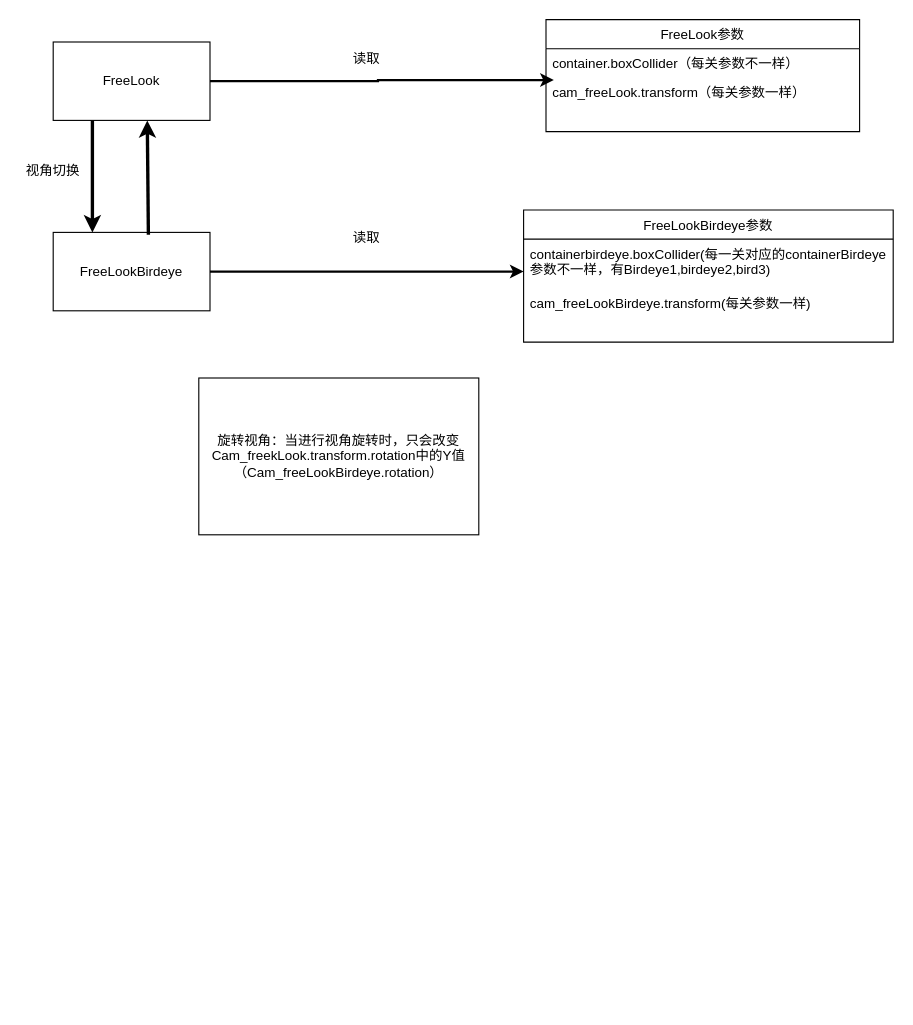
This is page "Page-6" (6 of 6) of SAI.drawio from neroZWX/-, a draw.io file, before an edit. Source tidied: cells renumbered, new cells numbered last; positions are measured from the earlier drawing's top-left corner, leaving out a move shared by most shapes. Both pictures are drawn from the tidied source at 112%, with x=0, y=0 at pixel (19, 19).
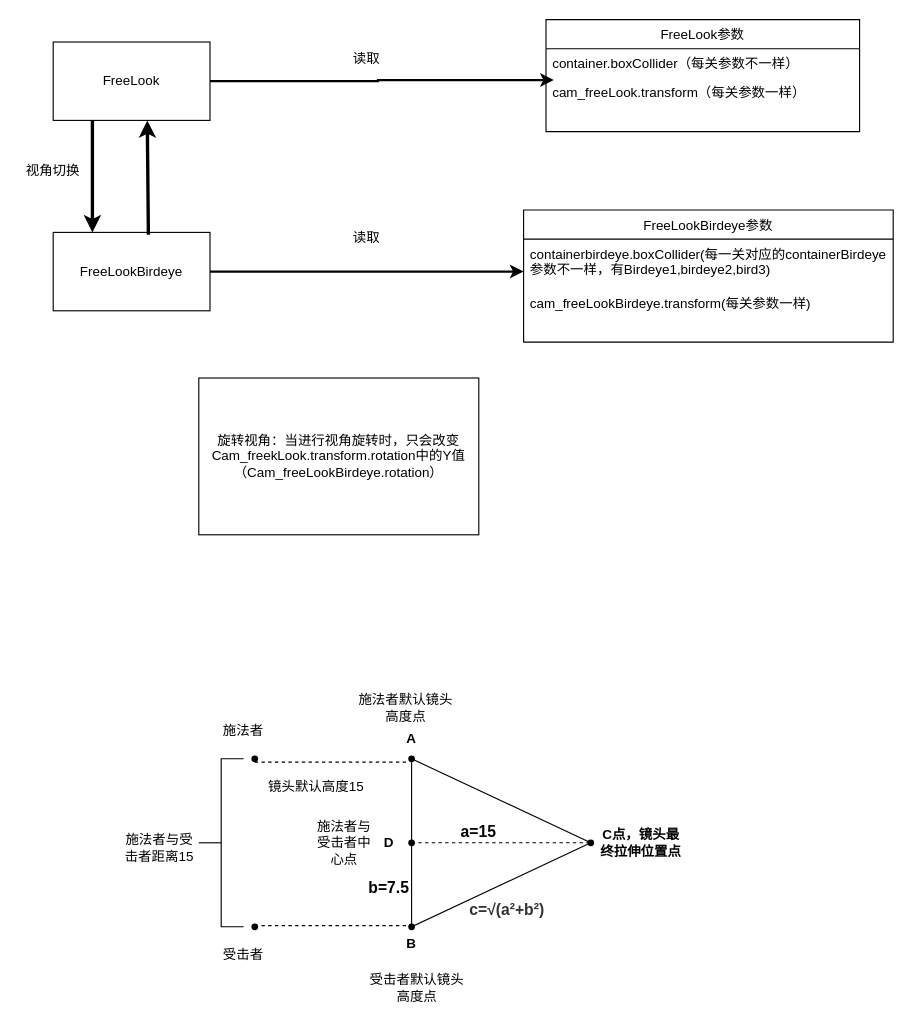
The same page after the edit.

What changed in the source:
```diff
@@
+    <mxCell id="18" style="triangle;whiteSpace=wrap;html=1;" parent="1" vertex="1">
+      <mxGeometry x="350" y="660" width="160" height="150" as="geometry" />
+    </mxCell>
+    <mxCell id="19" style="endArrow=none;dashed=1;html=1;rounded=0;entryX=1;entryY=0.5;entryDx=0;entryDy=0;exitX=0;exitY=0.5;exitDx=0;exitDy=0;" parent="1" edge="1" source="18" target="18">
+      <mxGeometry relative="1" as="geometry" />
+    </mxCell>
+    <mxCell id="20" style="endArrow=none;dashed=1;html=1;rounded=0;entryX=-0.012;entryY=0.02;entryDx=0;entryDy=0;entryPerimeter=0;" parent="1" edge="1" target="18">
+      <mxGeometry relative="1" as="geometry">
+        <mxPoint x="210" y="663" as="sourcePoint" />
+      </mxGeometry>
+    </mxCell>
+    <mxCell id="21" style="endArrow=none;dashed=1;html=1;rounded=0;entryX=-0.012;entryY=0.02;entryDx=0;entryDy=0;entryPerimeter=0;" parent="1" edge="1">
+      <mxGeometry relative="1" as="geometry">
+        <mxPoint x="216" y="809" as="sourcePoint" />
+        <mxPoint x="354" y="809" as="targetPoint" />
+      </mxGeometry>
+    </mxCell>
+    <mxCell id="22" style="shape=waypoint;sketch=0;fillStyle=solid;size=6;fillColor=none;perimeter=centerPerimeter;" parent="1" vertex="1">
+      <mxGeometry x="190" y="640" width="40" height="40" as="geometry" />
+    </mxCell>
+    <mxCell id="23" style="shape=waypoint;sketch=0;fillStyle=solid;size=6;fillColor=none;perimeter=centerPerimeter;" parent="1" vertex="1">
+      <mxGeometry x="190" y="790" width="40" height="40" as="geometry" />
+    </mxCell>
+    <mxCell id="24" value="施法者" style="text;html=1;strokeColor=none;fillColor=none;align=center;verticalAlign=middle;whiteSpace=wrap;rounded=0;" parent="1" vertex="1">
+      <mxGeometry x="170" y="620" width="60" height="30" as="geometry" />
+    </mxCell>
+    <mxCell id="25" value="受击者" style="text;html=1;strokeColor=none;fillColor=none;align=center;verticalAlign=middle;whiteSpace=wrap;rounded=0;" parent="1" vertex="1">
+      <mxGeometry x="170" y="820" width="60" height="30" as="geometry" />
+    </mxCell>
+    <mxCell id="26" style="strokeWidth=1;html=1;shape=mxgraph.flowchart.annotation_2;align=left;labelPosition=right;" parent="1" vertex="1">
+      <mxGeometry x="160" y="660" width="40" height="150" as="geometry" />
+    </mxCell>
+    <mxCell id="27" value="施法者与受击者距离15" style="text;html=1;strokeColor=none;fillColor=none;align=center;verticalAlign=middle;whiteSpace=wrap;rounded=0;" parent="1" vertex="1">
+      <mxGeometry x="90" y="720" width="70" height="40" as="geometry" />
+    </mxCell>
+    <mxCell id="28" style="shape=waypoint;sketch=0;fillStyle=solid;size=6;fillColor=none;perimeter=centerPerimeter;" parent="1" vertex="1">
+      <mxGeometry x="330" y="640" width="40" height="40" as="geometry" />
+    </mxCell>
+    <mxCell id="29" style="shape=waypoint;sketch=0;fillStyle=solid;size=6;fillColor=none;perimeter=centerPerimeter;" parent="1" vertex="1">
+      <mxGeometry x="330" y="790" width="40" height="40" as="geometry" />
+    </mxCell>
+    <mxCell id="30" style="shape=waypoint;sketch=0;fillStyle=solid;size=6;fillColor=none;perimeter=centerPerimeter;" parent="1" vertex="1">
+      <mxGeometry x="490" y="715" width="40" height="40" as="geometry" />
+    </mxCell>
+    <mxCell id="31" value="&lt;b&gt;A&lt;/b&gt;" style="text;html=1;strokeColor=none;fillColor=none;align=center;verticalAlign=middle;whiteSpace=wrap;rounded=0;" parent="1" vertex="1">
+      <mxGeometry x="320" y="627" width="60" height="30" as="geometry" />
+    </mxCell>
+    <mxCell id="32" value="&lt;b&gt;B&lt;/b&gt;" style="text;html=1;strokeColor=none;fillColor=none;align=center;verticalAlign=middle;whiteSpace=wrap;rounded=0;" parent="1" vertex="1">
+      <mxGeometry x="320" y="810" width="60" height="30" as="geometry" />
+    </mxCell>
+    <mxCell id="33" value="&lt;b&gt;C点，镜头最&lt;br&gt;终拉伸位置点&lt;/b&gt;" style="text;html=1;strokeColor=none;fillColor=none;align=center;verticalAlign=middle;whiteSpace=wrap;rounded=0;" parent="1" vertex="1">
+      <mxGeometry x="490" y="690" width="130" height="90" as="geometry" />
+    </mxCell>
+    <mxCell id="34" value="镜头默认高度15" style="text;html=1;strokeColor=none;fillColor=none;align=center;verticalAlign=middle;whiteSpace=wrap;rounded=0;" parent="1" vertex="1">
+      <mxGeometry x="220" y="670" width="90" height="30" as="geometry" />
+    </mxCell>
+    <mxCell id="35" style="shape=waypoint;sketch=0;fillStyle=solid;size=6;fillColor=none;perimeter=centerPerimeter;" parent="1" vertex="1">
+      <mxGeometry x="330" y="715" width="40" height="40" as="geometry" />
+    </mxCell>
+    <mxCell id="36" value="施法者与受击者中心点" style="text;html=1;strokeColor=none;fillColor=none;align=center;verticalAlign=middle;whiteSpace=wrap;rounded=0;" parent="1" vertex="1">
+      <mxGeometry x="260" y="720" width="60" height="30" as="geometry" />
+    </mxCell>
+    <mxCell id="37" value="&lt;b&gt;D&lt;/b&gt;" style="text;html=1;strokeColor=none;fillColor=none;align=center;verticalAlign=middle;whiteSpace=wrap;rounded=0;" parent="1" vertex="1">
+      <mxGeometry x="300" y="720" width="60" height="30" as="geometry" />
+    </mxCell>
+    <mxCell id="38" value="&lt;b&gt;&lt;font style=&quot;font-size: 14px&quot;&gt;a=15&lt;/font&gt;&lt;/b&gt;" style="text;html=1;strokeColor=none;fillColor=none;align=center;verticalAlign=middle;whiteSpace=wrap;rounded=0;" parent="1" vertex="1">
+      <mxGeometry x="380" y="710" width="60" height="30" as="geometry" />
+    </mxCell>
+    <mxCell id="39" value="&lt;b&gt;&lt;font style=&quot;font-size: 14px&quot;&gt;b=7.5&lt;/font&gt;&lt;/b&gt;" style="text;html=1;strokeColor=none;fillColor=none;align=center;verticalAlign=middle;whiteSpace=wrap;rounded=0;" parent="1" vertex="1">
+      <mxGeometry x="300" y="760" width="60" height="30" as="geometry" />
+    </mxCell>
+    <mxCell id="40" value="&lt;span style=&quot;color: rgb(51 , 51 , 51) ; font-style: normal ; letter-spacing: normal ; text-indent: 0px ; text-transform: none ; word-spacing: 0px ; background-color: rgb(255 , 255 , 255) ; display: inline ; float: none&quot;&gt;&lt;font style=&quot;font-size: 14px&quot;&gt;&lt;b&gt;c=√(a²+b²)&lt;/b&gt;&lt;/font&gt;&lt;/span&gt;" style="text;whiteSpace=wrap;html=1;" parent="1" vertex="1">
+      <mxGeometry x="400" y="780" width="100" height="30" as="geometry" />
+    </mxCell>
+    <mxCell id="41" value="施法者默认镜头高度点" style="text;html=1;strokeColor=none;fillColor=none;align=center;verticalAlign=middle;whiteSpace=wrap;rounded=0;" parent="1" vertex="1">
+      <mxGeometry x="300" y="600" width="90" height="30" as="geometry" />
+    </mxCell>
+    <mxCell id="42" value="受击者默认镜头高度点" style="text;html=1;strokeColor=none;fillColor=none;align=center;verticalAlign=middle;whiteSpace=wrap;rounded=0;" parent="1" vertex="1">
+      <mxGeometry x="310" y="850" width="90" height="30" as="geometry" />
+    </mxCell>
```
